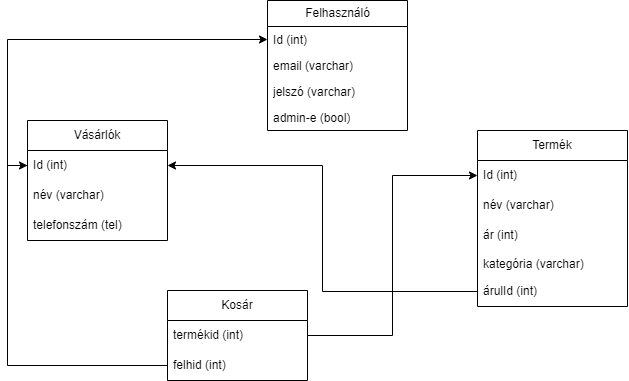
Before: adatbazisterv.drawio.png, a diagram exported from draw.io (NoSignificantFrustration/RF1). Source tidied: cells renumbered, new cells last; positions are measured from the earlier drawing's top-left corner, leaving out a move shared by most shapes.
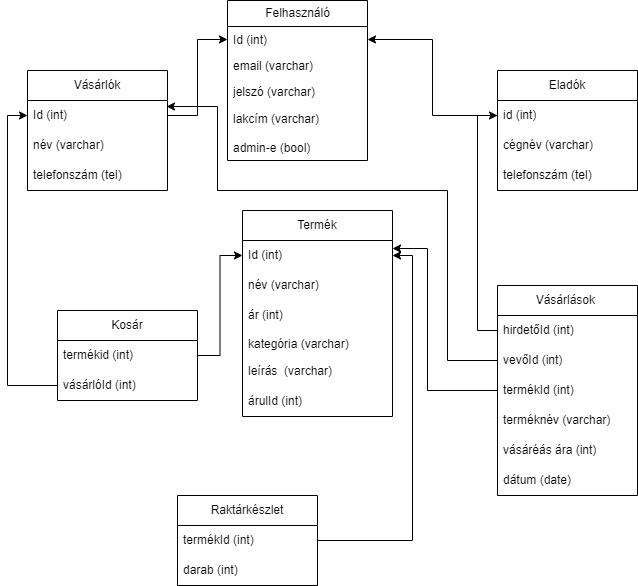
After the commit.

The edit, as a diff of the source:
```diff
@@ -3,7 +3,7 @@
     <mxCell id="0" />
     <mxCell id="1" parent="0" />
     <mxCell id="2" value="Termék" style="swimlane;fontStyle=0;horizontal=1;startSize=30;whiteSpace=wrap;html=1;" parent="1" vertex="1">
-      <mxGeometry x="450" y="130" width="150" height="176" as="geometry" />
+      <mxGeometry x="175" y="80" width="150" height="206" as="geometry" />
     </mxCell>
     <mxCell id="3" value="Id (int)" style="text;strokeColor=none;fillColor=none;align=left;verticalAlign=middle;spacingLeft=4;spacingRight=4;overflow=hidden;points=[[0,0.5],[1,0.5]];portConstraint=eastwest;whiteSpace=wrap;html=1;" parent="2" vertex="1">
       <mxGeometry y="30" width="150" height="30" as="geometry" />
@@ -17,11 +17,14 @@
     <mxCell id="6" value="kategória (varchar)" style="text;strokeColor=none;fillColor=none;align=left;verticalAlign=top;spacingLeft=4;spacingRight=4;overflow=hidden;whiteSpace=wrap;html=1;" parent="2" vertex="1">
       <mxGeometry y="120" width="150" height="26" as="geometry" />
     </mxCell>
+    <mxCell id="24" value="leírás&amp;nbsp; (varchar)" style="text;strokeColor=none;fillColor=none;align=left;verticalAlign=middle;spacingLeft=4;spacingRight=4;overflow=hidden;whiteSpace=wrap;html=1;" parent="2" vertex="1">
+      <mxGeometry y="146" width="150" height="30" as="geometry" />
+    </mxCell>
     <mxCell id="7" value="árulId (int)" style="text;strokeColor=none;fillColor=none;align=left;verticalAlign=middle;spacingLeft=4;spacingRight=4;overflow=hidden;points=[[0,0.5],[1,0.5]];portConstraint=eastwest;whiteSpace=wrap;html=1;" parent="2" vertex="1">
-      <mxGeometry y="146" width="150" height="30" as="geometry" />
+      <mxGeometry y="176" width="150" height="30" as="geometry" />
     </mxCell>
     <mxCell id="8" value="Felhasználó" style="swimlane;fontStyle=0;horizontal=1;startSize=26;fillColor=none;html=1;" parent="1" vertex="1">
-      <mxGeometry x="240" width="140" height="130" as="geometry" />
+      <mxGeometry x="160" y="-130" width="140" height="160" as="geometry" />
     </mxCell>
     <mxCell id="9" value="Id (int)" style="text;strokeColor=none;fillColor=none;align=left;verticalAlign=top;spacingLeft=4;spacingRight=4;overflow=hidden;points=[[0,0.5],[1,0.5]];portConstraint=eastwest;whiteSpace=wrap;html=1;" parent="8" vertex="1">
       <mxGeometry y="26" width="140" height="26" as="geometry" />
@@ -32,11 +35,14 @@
     <mxCell id="11" value="jelszó (varchar)" style="text;strokeColor=none;fillColor=none;align=left;verticalAlign=top;spacingLeft=4;spacingRight=4;overflow=hidden;whiteSpace=wrap;html=1;" parent="8" vertex="1">
       <mxGeometry y="78" width="140" height="26" as="geometry" />
     </mxCell>
+    <mxCell id="25" value="lakcím (varchar)" style="text;strokeColor=none;fillColor=none;align=left;verticalAlign=middle;spacingLeft=4;spacingRight=4;overflow=hidden;whiteSpace=wrap;html=1;" parent="8" vertex="1">
+      <mxGeometry y="104" width="140" height="30" as="geometry" />
+    </mxCell>
     <mxCell id="12" value="admin-e (bool)" style="text;strokeColor=none;fillColor=none;align=left;verticalAlign=top;spacingLeft=4;spacingRight=4;overflow=hidden;whiteSpace=wrap;html=1;" parent="8" vertex="1">
-      <mxGeometry y="104" width="140" height="26" as="geometry" />
+      <mxGeometry y="134" width="140" height="26" as="geometry" />
     </mxCell>
     <mxCell id="13" value="Vásárlók" style="swimlane;fontStyle=0;horizontal=1;startSize=30;whiteSpace=wrap;html=1;" parent="1" vertex="1">
-      <mxGeometry y="120" width="140" height="120" as="geometry" />
+      <mxGeometry x="-40" y="-60" width="140" height="120" as="geometry" />
     </mxCell>
     <mxCell id="14" value="Id (int)" style="text;strokeColor=none;fillColor=none;align=left;verticalAlign=middle;spacingLeft=4;spacingRight=4;overflow=hidden;points=[[0,0.5],[1,0.5]];portConstraint=eastwest;whiteSpace=wrap;html=1;" parent="13" vertex="1">
       <mxGeometry y="30" width="140" height="30" as="geometry" />
@@ -48,25 +54,91 @@
       <mxGeometry y="90" width="140" height="30" as="geometry" />
     </mxCell>
     <mxCell id="17" value="Kosár" style="swimlane;fontStyle=0;horizontal=1;startSize=30;whiteSpace=wrap;html=1;" parent="1" vertex="1">
-      <mxGeometry x="140" y="290" width="140" height="90" as="geometry" />
+      <mxGeometry x="-10" y="180" width="140" height="90" as="geometry" />
     </mxCell>
     <mxCell id="18" value="termékid (int)" style="text;strokeColor=none;fillColor=none;align=left;verticalAlign=middle;spacingLeft=4;spacingRight=4;overflow=hidden;points=[[0,0.5],[1,0.5]];portConstraint=eastwest;whiteSpace=wrap;html=1;" parent="17" vertex="1">
       <mxGeometry y="30" width="140" height="30" as="geometry" />
     </mxCell>
-    <mxCell id="19" value="felhid (int)" style="text;strokeColor=none;fillColor=none;align=left;verticalAlign=middle;spacingLeft=4;spacingRight=4;overflow=hidden;points=[[0,0.5],[1,0.5]];portConstraint=eastwest;whiteSpace=wrap;html=1;" parent="17" vertex="1">
+    <mxCell id="19" value="vásárlóId (int)" style="text;strokeColor=none;fillColor=none;align=left;verticalAlign=middle;spacingLeft=4;spacingRight=4;overflow=hidden;points=[[0,0.5],[1,0.5]];portConstraint=eastwest;whiteSpace=wrap;html=1;" parent="17" vertex="1">
       <mxGeometry y="60" width="140" height="30" as="geometry" />
     </mxCell>
+    <mxCell id="26" value="Vásárlások&amp;nbsp;" style="swimlane;fontStyle=0;horizontal=1;startSize=30;whiteSpace=wrap;html=1;" parent="1" vertex="1">
+      <mxGeometry x="430" y="155" width="140" height="210" as="geometry" />
+    </mxCell>
+    <mxCell id="27" value="hirdetőId (int)" style="text;strokeColor=none;fillColor=none;align=left;verticalAlign=middle;spacingLeft=4;spacingRight=4;overflow=hidden;points=[[0,0.5],[1,0.5]];portConstraint=eastwest;whiteSpace=wrap;html=1;" parent="26" vertex="1">
+      <mxGeometry y="30" width="140" height="30" as="geometry" />
+    </mxCell>
+    <mxCell id="28" value="vevőId (int)" style="text;strokeColor=none;fillColor=none;align=left;verticalAlign=middle;spacingLeft=4;spacingRight=4;overflow=hidden;points=[[0,0.5],[1,0.5]];portConstraint=eastwest;whiteSpace=wrap;html=1;" parent="26" vertex="1">
+      <mxGeometry y="60" width="140" height="30" as="geometry" />
+    </mxCell>
+    <mxCell id="29" value="termékId (int)" style="text;strokeColor=none;fillColor=none;align=left;verticalAlign=middle;spacingLeft=4;spacingRight=4;overflow=hidden;points=[[0,0.5],[1,0.5]];portConstraint=eastwest;whiteSpace=wrap;html=1;" parent="26" vertex="1">
+      <mxGeometry y="90" width="140" height="30" as="geometry" />
+    </mxCell>
+    <mxCell id="30" value="terméknév (varchar)" style="text;strokeColor=none;fillColor=none;align=left;verticalAlign=middle;spacingLeft=4;spacingRight=4;overflow=hidden;whiteSpace=wrap;html=1;" parent="26" vertex="1">
+      <mxGeometry y="120" width="140" height="30" as="geometry" />
+    </mxCell>
+    <mxCell id="31" value="vásáréás ára (int)" style="text;strokeColor=none;fillColor=none;align=left;verticalAlign=middle;spacingLeft=4;spacingRight=4;overflow=hidden;whiteSpace=wrap;html=1;" parent="26" vertex="1">
+      <mxGeometry y="150" width="140" height="30" as="geometry" />
+    </mxCell>
+    <mxCell id="32" value="dátum (date)" style="text;strokeColor=none;fillColor=none;align=left;verticalAlign=middle;spacingLeft=4;spacingRight=4;overflow=hidden;whiteSpace=wrap;html=1;" parent="26" vertex="1">
+      <mxGeometry y="180" width="140" height="30" as="geometry" />
+    </mxCell>
+    <mxCell id="33" value="Raktárkészlet" style="swimlane;fontStyle=0;horizontal=1;startSize=30;whiteSpace=wrap;html=1;" parent="1" vertex="1">
+      <mxGeometry x="110" y="365" width="140" height="90" as="geometry" />
+    </mxCell>
+    <mxCell id="34" value="termékId (int)" style="text;strokeColor=none;fillColor=none;align=left;verticalAlign=middle;spacingLeft=4;spacingRight=4;overflow=hidden;points=[[0,0.5],[1,0.5]];portConstraint=eastwest;whiteSpace=wrap;html=1;" parent="33" vertex="1">
+      <mxGeometry y="30" width="140" height="30" as="geometry" />
+    </mxCell>
+    <mxCell id="35" value="darab (int)" style="text;strokeColor=none;fillColor=none;align=left;verticalAlign=middle;spacingLeft=4;spacingRight=4;overflow=hidden;whiteSpace=wrap;html=1;" parent="33" vertex="1">
+      <mxGeometry y="60" width="140" height="30" as="geometry" />
+    </mxCell>
+    <mxCell id="36" value="Eladók" style="swimlane;fontStyle=0;horizontal=1;startSize=30;whiteSpace=wrap;html=1;" parent="1" vertex="1">
+      <mxGeometry x="430" y="-60" width="140" height="120" as="geometry" />
+    </mxCell>
+    <mxCell id="37" value="id (int)" style="text;strokeColor=none;fillColor=none;align=left;verticalAlign=middle;spacingLeft=4;spacingRight=4;overflow=hidden;points=[[0,0.5],[1,0.5]];portConstraint=eastwest;whiteSpace=wrap;html=1;" parent="36" vertex="1">
+      <mxGeometry y="30" width="140" height="30" as="geometry" />
+    </mxCell>
+    <mxCell id="38" value="cégnév (varchar)" style="text;strokeColor=none;fillColor=none;align=left;verticalAlign=middle;spacingLeft=4;spacingRight=4;overflow=hidden;whiteSpace=wrap;html=1;" parent="36" vertex="1">
+      <mxGeometry y="60" width="140" height="30" as="geometry" />
+    </mxCell>
+    <mxCell id="39" value="telefonszám (tel)" style="text;strokeColor=none;fillColor=none;align=left;verticalAlign=middle;spacingLeft=4;spacingRight=4;overflow=hidden;whiteSpace=wrap;html=1;" parent="36" vertex="1">
+      <mxGeometry y="90" width="140" height="30" as="geometry" />
+    </mxCell>
+    <mxCell id="22" style="edgeStyle=orthogonalEdgeStyle;rounded=0;jettySize=auto;html=1;entryX=0;entryY=0.5;entryDx=0;entryDy=0;" parent="1" edge="1" source="14" target="9">
+      <mxGeometry relative="1" as="geometry" />
+    </mxCell>
+    <mxCell id="40" style="edgeStyle=orthogonalEdgeStyle;rounded=0;jettySize=auto;html=1;entryX=1;entryY=0.5;entryDx=0;entryDy=0;" parent="1" edge="1" source="37" target="9">
+      <mxGeometry relative="1" as="geometry" />
+    </mxCell>
+    <mxCell id="23" style="edgeStyle=orthogonalEdgeStyle;rounded=0;jettySize=auto;html=1;entryX=0;entryY=0.5;entryDx=0;entryDy=0;" parent="1" edge="1" source="19" target="14">
+      <mxGeometry relative="1" as="geometry" />
+    </mxCell>
     <mxCell id="20" style="edgeStyle=orthogonalEdgeStyle;rounded=0;jettySize=auto;html=1;entryX=0;entryY=0.5;entryDx=0;entryDy=0;" parent="1" edge="1" source="18" target="3">
       <mxGeometry relative="1" as="geometry" />
     </mxCell>
-    <mxCell id="21" style="edgeStyle=orthogonalEdgeStyle;rounded=0;jettySize=auto;html=1;exitX=0;exitY=0.5;exitDx=0;exitDy=0;" parent="1" edge="1" source="7" target="14">
-      <mxGeometry relative="1" as="geometry" />
-    </mxCell>
-    <mxCell id="22" style="edgeStyle=orthogonalEdgeStyle;rounded=0;jettySize=auto;html=1;exitX=0;exitY=0.5;exitDx=0;exitDy=0;entryX=0;entryY=0.5;entryDx=0;entryDy=0;" parent="1" edge="1" source="14" target="9">
-      <mxGeometry relative="1" as="geometry" />
-    </mxCell>
-    <mxCell id="23" style="edgeStyle=orthogonalEdgeStyle;rounded=0;jettySize=auto;html=1;exitX=0;exitY=0.5;exitDx=0;exitDy=0;entryX=0;entryY=0.5;entryDx=0;entryDy=0;" parent="1" edge="1" source="19" target="14">
-      <mxGeometry relative="1" as="geometry" />
-    </mxCell>
+    <mxCell id="41" style="edgeStyle=orthogonalEdgeStyle;rounded=0;jettySize=auto;html=1;entryX=1;entryY=0.5;entryDx=0;entryDy=0;" parent="1" edge="1" source="34" target="3">
+      <mxGeometry relative="1" as="geometry" />
+    </mxCell>
+    <mxCell id="42" style="edgeStyle=orthogonalEdgeStyle;rounded=0;jettySize=auto;html=1;entryX=0;entryY=0.5;entryDx=0;entryDy=0;" parent="1" edge="1" source="27" target="37">
+      <mxGeometry relative="1" as="geometry" />
+    </mxCell>
+    <mxCell id="43" style="edgeStyle=orthogonalEdgeStyle;rounded=0;jettySize=auto;html=1;entryX=0.993;entryY=0.2;entryDx=0;entryDy=0;entryPerimeter=0;" parent="1" edge="1" source="28" target="14">
+      <mxGeometry relative="1" as="geometry">
+        <Array as="points">
+          <mxPoint x="380" y="230" />
+          <mxPoint x="380" y="60" />
+          <mxPoint x="150" y="60" />
+          <mxPoint x="150" y="-24" />
+        </Array>
+      </mxGeometry>
+    </mxCell>
+    <mxCell id="44" style="edgeStyle=orthogonalEdgeStyle;rounded=0;jettySize=auto;html=1;" parent="1" edge="1" source="29" target="3">
+      <mxGeometry relative="1" as="geometry">
+        <Array as="points">
+          <mxPoint x="360" y="260" />
+          <mxPoint x="360" y="118" />
+        </Array>
+      </mxGeometry>
+    </mxCell>
   </root>
 </mxGraphModel>
```
